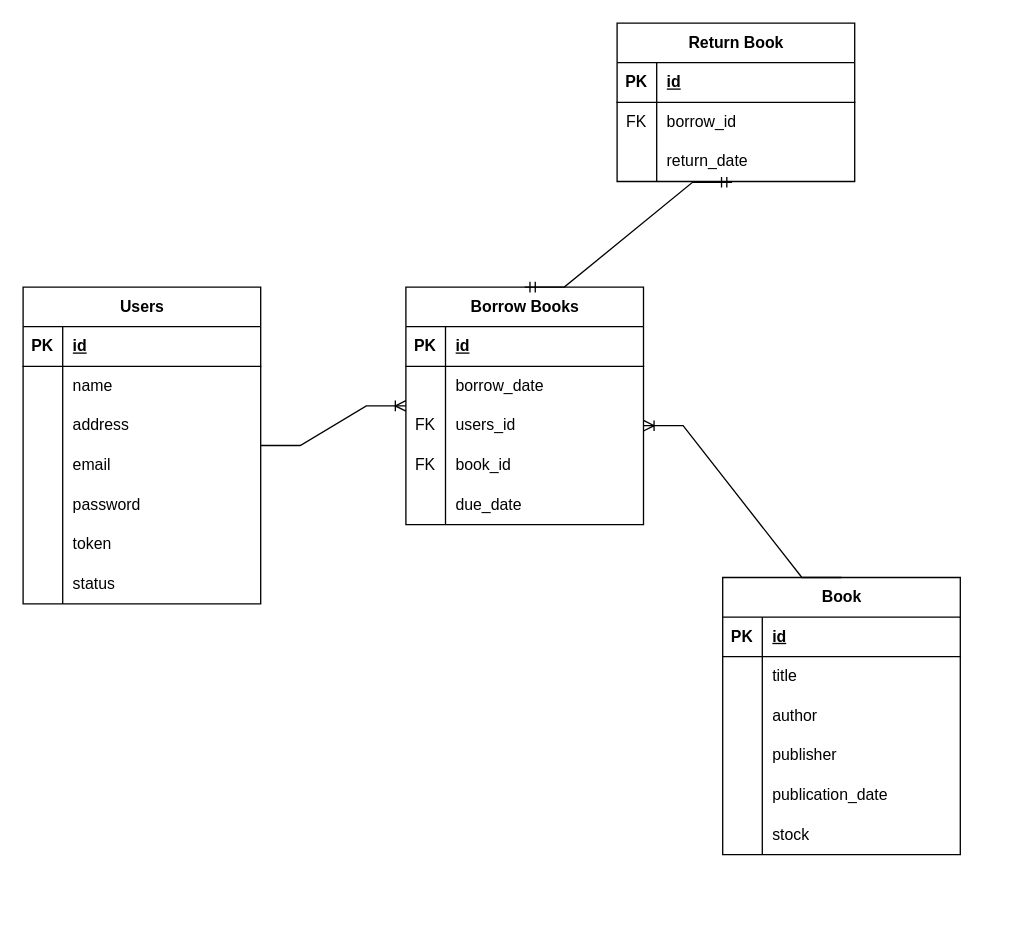
This is page "Entity" (1 of 3) of Diagram Tanpa Judul.drawio from Syaal/library, a draw.io file, before an edit. Source tidied: cells renumbered, new cells numbered last; positions are measured from the earlier drawing's top-left corner, leaving out a move shared by most shapes. Both pictures are drawn from the tidied source at 132%, with x=0, y=0 at pixel (22, 22).
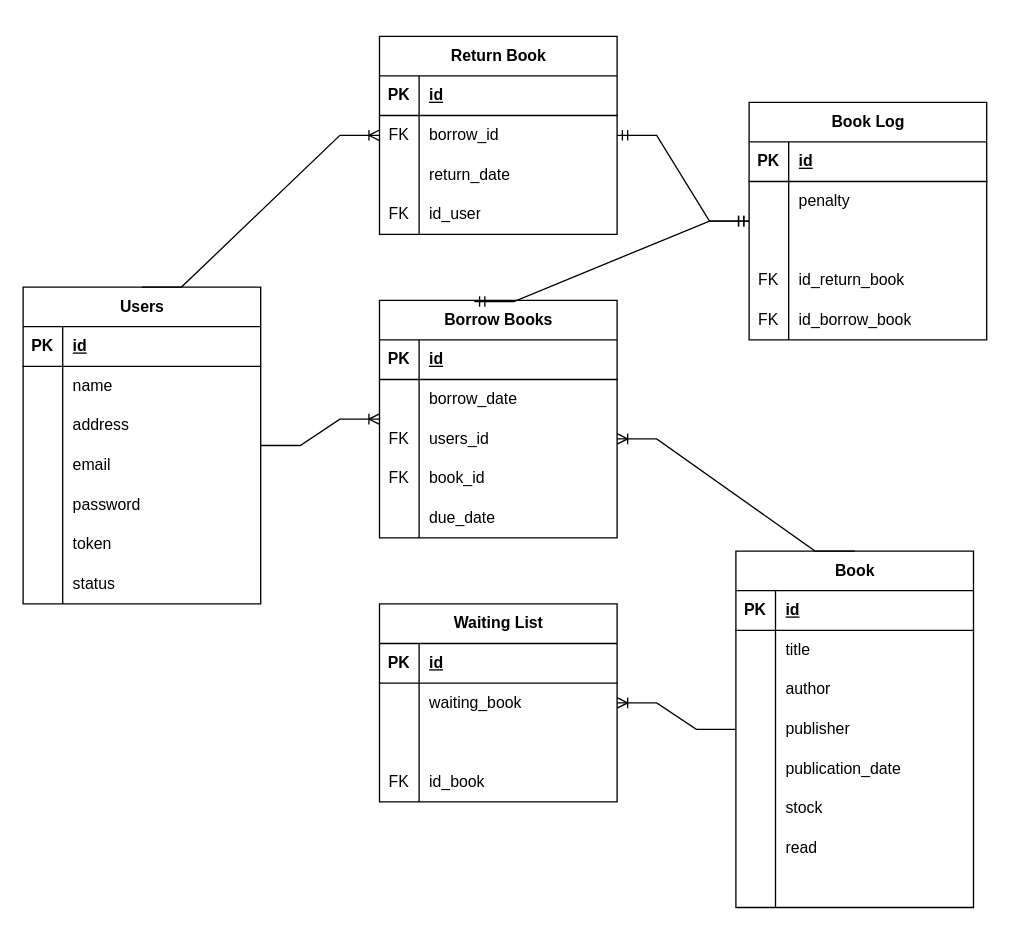
After the change.

The change refers to these unchanged cells:
```xml
<mxCell id="21" value="Users" style="shape=table;startSize=30;childLayout=tableLayout;rowLines=0;fontStyle=1;align=center;html=1;" parent="1" vertex="1">
  <mxGeometry y="200" width="180" height="240" as="geometry" />
</mxCell>
<mxCell id="69" style="shape=tableRow;horizontal=0;startSize=0;swimlaneHead=0;swimlaneBody=0;fillColor=none;points=[[0,0.5],[1,0.5]];portConstraint=eastwest;top=0;left=0;right=0;bottom=0;" parent="62" vertex="1">
  <mxGeometry y="90" width="180" height="30" as="geometry" />
</mxCell>
```

Change to the diagram source:
```diff
@@
     <mxCell id="2" value="Book" style="shape=table;startSize=30;childLayout=tableLayout;rowLines=0;fontStyle=1;align=center;html=1;" parent="1" vertex="1">
-      <mxGeometry x="530" y="420" width="180" height="210" as="geometry" />
+      <mxGeometry x="540" y="400" width="180" height="270" as="geometry" />
     </mxCell>
@@
+    <mxCell id="72" style="shape=tableRow;horizontal=0;startSize=0;swimlaneHead=0;swimlaneBody=0;fillColor=none;top=0;left=0;right=0;bottom=0;" parent="2" vertex="1">
+      <mxGeometry y="210" width="180" height="30" as="geometry" />
+    </mxCell>
+    <mxCell id="73" style="shape=partialRectangle;fillColor=none;top=0;left=0;bottom=0;right=0;overflow=hidden;whiteSpace=wrap;html=1;" parent="72" vertex="1">
+      <mxGeometry width="30" height="30" as="geometry" />
+    </mxCell>
+    <mxCell id="74" value="read" style="shape=partialRectangle;fillColor=none;top=0;left=0;bottom=0;right=0;align=left;spacingLeft=6;overflow=hidden;whiteSpace=wrap;html=1;" parent="72" vertex="1">
+      <mxGeometry x="30" width="150" height="30" as="geometry" />
+    </mxCell>
+    <mxCell id="75" style="shape=tableRow;horizontal=0;startSize=0;swimlaneHead=0;swimlaneBody=0;fillColor=none;top=0;left=0;right=0;bottom=0;" parent="2" vertex="1">
+      <mxGeometry y="240" width="180" height="30" as="geometry" />
+    </mxCell>
+    <mxCell id="76" style="shape=partialRectangle;fillColor=none;top=0;left=0;bottom=0;right=0;overflow=hidden;whiteSpace=wrap;html=1;" parent="75" vertex="1">
+      <mxGeometry width="30" height="30" as="geometry" />
+    </mxCell>
+    <mxCell id="77" style="shape=partialRectangle;fillColor=none;top=0;left=0;bottom=0;right=0;align=left;spacingLeft=6;overflow=hidden;whiteSpace=wrap;html=1;" parent="75" vertex="1">
+      <mxGeometry x="30" width="150" height="30" as="geometry" />
+    </mxCell>
@@
     <mxCell id="43" value="Borrow Books" style="shape=table;startSize=30;childLayout=tableLayout;rowLines=0;fontStyle=1;align=center;html=1;" parent="1" vertex="1">
-      <mxGeometry x="290" y="200" width="180" height="180" as="geometry" />
+      <mxGeometry x="270" y="210" width="180" height="180" as="geometry" />
     </mxCell>
@@
-    <mxCell id="61" style="edgeStyle=entityRelationEdgeStyle;fontSize=12;html=1;endArrow=ERmandOne;startArrow=ERmandOne;rounded=0;entryX=0.5;entryY=0;entryDx=0;entryDy=0;exitX=0.484;exitY=1.02;exitDx=0;exitDy=0;exitPerimeter=0;" parent="1" edge="1" source="69" target="43">
-      <mxGeometry relative="1" as="geometry">
-        <Array as="points">
-          <mxPoint x="349" y="600" />
-          <mxPoint x="449" y="630" />
-          <mxPoint x="369" y="480" />
-          <mxPoint x="419" y="550" />
-        </Array>
-      </mxGeometry>
-    </mxCell>
     <mxCell id="62" value="Return Book" style="shape=table;startSize=30;childLayout=tableLayout;rowLines=0;fontStyle=1;align=center;html=1;" parent="1" vertex="1">
-      <mxGeometry x="450" width="180" height="120" as="geometry" />
+      <mxGeometry x="270" y="10" width="180" height="150" as="geometry" />
     </mxCell>
@@
+    <mxCell id="78" style="shape=tableRow;horizontal=0;startSize=0;swimlaneHead=0;swimlaneBody=0;fillColor=none;top=0;left=0;right=0;bottom=0;" parent="62" vertex="1">
+      <mxGeometry y="120" width="180" height="30" as="geometry" />
+    </mxCell>
+    <mxCell id="79" value="FK" style="shape=partialRectangle;fillColor=none;top=0;left=0;bottom=0;right=0;overflow=hidden;whiteSpace=wrap;html=1;" parent="78" vertex="1">
+      <mxGeometry width="30" height="30" as="geometry" />
+    </mxCell>
+    <mxCell id="80" value="id_user" style="shape=partialRectangle;fillColor=none;top=0;left=0;bottom=0;right=0;align=left;spacingLeft=6;overflow=hidden;whiteSpace=wrap;html=1;" parent="78" vertex="1">
+      <mxGeometry x="30" width="150" height="30" as="geometry" />
+    </mxCell>
+    <mxCell id="81" value="Book Log" style="shape=table;startSize=30;childLayout=tableLayout;rowLines=0;fontStyle=1;align=center;html=1;" parent="1" vertex="1">
+      <mxGeometry x="550" y="60" width="180" height="180" as="geometry" />
+    </mxCell>
+    <mxCell id="82" style="shape=tableRow;horizontal=0;startSize=0;swimlaneHead=0;swimlaneBody=0;fillColor=none;top=0;left=0;right=0;bottom=1;" parent="81" vertex="1">
+      <mxGeometry y="30" width="180" height="30" as="geometry" />
+    </mxCell>
+    <mxCell id="83" value="PK" style="shape=partialRectangle;fillColor=none;top=0;left=0;bottom=0;right=0;fontStyle=1;overflow=hidden;whiteSpace=wrap;html=1;" parent="82" vertex="1">
+      <mxGeometry width="30" height="30" as="geometry" />
+    </mxCell>
+    <mxCell id="84" value="id" style="shape=partialRectangle;fillColor=none;top=0;left=0;bottom=0;right=0;align=left;spacingLeft=6;fontStyle=5;overflow=hidden;whiteSpace=wrap;html=1;" parent="82" vertex="1">
+      <mxGeometry x="30" width="150" height="30" as="geometry" />
+    </mxCell>
+    <mxCell id="85" style="shape=tableRow;horizontal=0;startSize=0;swimlaneHead=0;swimlaneBody=0;fillColor=none;top=0;left=0;right=0;bottom=0;" parent="81" vertex="1">
+      <mxGeometry y="60" width="180" height="30" as="geometry" />
+    </mxCell>
+    <mxCell id="86" style="shape=partialRectangle;fillColor=none;top=0;left=0;bottom=0;right=0;overflow=hidden;whiteSpace=wrap;html=1;" parent="85" vertex="1">
+      <mxGeometry width="30" height="30" as="geometry" />
+    </mxCell>
+    <mxCell id="87" value="penalty" style="shape=partialRectangle;fillColor=none;top=0;left=0;bottom=0;right=0;align=left;spacingLeft=6;overflow=hidden;whiteSpace=wrap;html=1;" parent="85" vertex="1">
+      <mxGeometry x="30" width="150" height="30" as="geometry" />
+    </mxCell>
+    <mxCell id="88" style="shape=tableRow;horizontal=0;startSize=0;swimlaneHead=0;swimlaneBody=0;fillColor=none;top=0;left=0;right=0;bottom=0;" parent="81" vertex="1">
+      <mxGeometry y="90" width="180" height="30" as="geometry" />
+    </mxCell>
+    <mxCell id="89" style="shape=partialRectangle;fillColor=none;top=0;left=0;bottom=0;right=0;overflow=hidden;whiteSpace=wrap;html=1;" parent="88" vertex="1">
+      <mxGeometry width="30" height="30" as="geometry" />
+    </mxCell>
+    <mxCell id="90" style="shape=partialRectangle;fillColor=none;top=0;left=0;bottom=0;right=0;align=left;spacingLeft=6;overflow=hidden;whiteSpace=wrap;html=1;" parent="88" vertex="1">
+      <mxGeometry x="30" width="150" height="30" as="geometry" />
+    </mxCell>
+    <mxCell id="91" style="shape=tableRow;horizontal=0;startSize=0;swimlaneHead=0;swimlaneBody=0;fillColor=none;top=0;left=0;right=0;bottom=0;" parent="81" vertex="1">
+      <mxGeometry y="120" width="180" height="30" as="geometry" />
+    </mxCell>
+    <mxCell id="92" value="FK" style="shape=partialRectangle;fillColor=none;top=0;left=0;bottom=0;right=0;overflow=hidden;whiteSpace=wrap;html=1;" parent="91" vertex="1">
+      <mxGeometry width="30" height="30" as="geometry" />
+    </mxCell>
+    <mxCell id="93" value="id_return_book" style="shape=partialRectangle;fillColor=none;top=0;left=0;bottom=0;right=0;align=left;spacingLeft=6;overflow=hidden;whiteSpace=wrap;html=1;" parent="91" vertex="1">
+      <mxGeometry x="30" width="150" height="30" as="geometry" />
+    </mxCell>
+    <mxCell id="94" style="shape=tableRow;horizontal=0;startSize=0;swimlaneHead=0;swimlaneBody=0;fillColor=none;top=0;left=0;right=0;bottom=0;" parent="81" vertex="1">
+      <mxGeometry y="150" width="180" height="30" as="geometry" />
+    </mxCell>
+    <mxCell id="95" value="FK" style="shape=partialRectangle;fillColor=none;top=0;left=0;bottom=0;right=0;overflow=hidden;whiteSpace=wrap;html=1;" parent="94" vertex="1">
+      <mxGeometry width="30" height="30" as="geometry" />
+    </mxCell>
+    <mxCell id="96" value="id_borrow_book" style="shape=partialRectangle;fillColor=none;top=0;left=0;bottom=0;right=0;align=left;spacingLeft=6;overflow=hidden;whiteSpace=wrap;html=1;" parent="94" vertex="1">
+      <mxGeometry x="30" width="150" height="30" as="geometry" />
+    </mxCell>
+    <mxCell id="97" style="edgeStyle=entityRelationEdgeStyle;fontSize=12;html=1;endArrow=ERmandOne;startArrow=ERmandOne;rounded=0;" parent="1" edge="1" source="62" target="81">
+      <mxGeometry relative="1" as="geometry" />
+    </mxCell>
+    <mxCell id="98" style="edgeStyle=entityRelationEdgeStyle;fontSize=12;html=1;endArrow=ERmandOne;startArrow=ERmandOne;rounded=0;exitX=0.399;exitY=0.005;exitDx=0;exitDy=0;exitPerimeter=0;" parent="1" edge="1" source="43" target="81">
+      <mxGeometry relative="1" as="geometry" />
+    </mxCell>
+    <mxCell id="99" style="edgeStyle=entityRelationEdgeStyle;fontSize=12;html=1;endArrow=ERoneToMany;rounded=0;exitX=0.5;exitY=0;exitDx=0;exitDy=0;" parent="1" edge="1" source="21" target="62">
+      <mxGeometry relative="1" as="geometry" />
+    </mxCell>
+    <mxCell id="100" value="Waiting List" style="shape=table;startSize=30;childLayout=tableLayout;rowLines=0;fontStyle=1;align=center;html=1;" parent="1" vertex="1">
+      <mxGeometry x="270" y="440" width="180" height="150" as="geometry" />
+    </mxCell>
+    <mxCell id="101" style="shape=tableRow;horizontal=0;startSize=0;swimlaneHead=0;swimlaneBody=0;fillColor=none;top=0;left=0;right=0;bottom=1;" parent="100" vertex="1">
+      <mxGeometry y="30" width="180" height="30" as="geometry" />
+    </mxCell>
+    <mxCell id="102" value="PK" style="shape=partialRectangle;fillColor=none;top=0;left=0;bottom=0;right=0;fontStyle=1;overflow=hidden;whiteSpace=wrap;html=1;" parent="101" vertex="1">
+      <mxGeometry width="30" height="30" as="geometry" />
+    </mxCell>
+    <mxCell id="103" value="id" style="shape=partialRectangle;fillColor=none;top=0;left=0;bottom=0;right=0;align=left;spacingLeft=6;fontStyle=5;overflow=hidden;whiteSpace=wrap;html=1;" parent="101" vertex="1">
+      <mxGeometry x="30" width="150" height="30" as="geometry" />
+    </mxCell>
+    <mxCell id="104" style="shape=tableRow;horizontal=0;startSize=0;swimlaneHead=0;swimlaneBody=0;fillColor=none;points=[[0,0.5],[1,0.5]];portConstraint=eastwest;top=0;left=0;right=0;bottom=0;" parent="100" vertex="1">
+      <mxGeometry y="60" width="180" height="30" as="geometry" />
+    </mxCell>
+    <mxCell id="105" style="shape=partialRectangle;fillColor=none;top=0;left=0;bottom=0;right=0;overflow=hidden;whiteSpace=wrap;html=1;" parent="104" vertex="1">
+      <mxGeometry width="30" height="30" as="geometry" />
+    </mxCell>
+    <mxCell id="106" value="waiting_book" style="shape=partialRectangle;fillColor=none;top=0;left=0;bottom=0;right=0;align=left;spacingLeft=6;overflow=hidden;whiteSpace=wrap;html=1;" parent="104" vertex="1">
+      <mxGeometry x="30" width="150" height="30" as="geometry" />
+    </mxCell>
+    <mxCell id="107" style="shape=tableRow;horizontal=0;startSize=0;swimlaneHead=0;swimlaneBody=0;fillColor=none;top=0;left=0;right=0;bottom=0;" parent="100" vertex="1">
+      <mxGeometry y="90" width="180" height="30" as="geometry" />
+    </mxCell>
+    <mxCell id="108" style="shape=partialRectangle;fillColor=none;top=0;left=0;bottom=0;right=0;overflow=hidden;whiteSpace=wrap;html=1;" parent="107" vertex="1">
+      <mxGeometry width="30" height="30" as="geometry" />
+    </mxCell>
+    <mxCell id="109" style="shape=partialRectangle;fillColor=none;top=0;left=0;bottom=0;right=0;align=left;spacingLeft=6;overflow=hidden;whiteSpace=wrap;html=1;" parent="107" vertex="1">
+      <mxGeometry x="30" width="150" height="30" as="geometry" />
+    </mxCell>
+    <mxCell id="110" style="shape=tableRow;horizontal=0;startSize=0;swimlaneHead=0;swimlaneBody=0;fillColor=none;top=0;left=0;right=0;bottom=0;" parent="100" vertex="1">
+      <mxGeometry y="120" width="180" height="30" as="geometry" />
+    </mxCell>
+    <mxCell id="111" value="FK" style="shape=partialRectangle;fillColor=none;top=0;left=0;bottom=0;right=0;overflow=hidden;whiteSpace=wrap;html=1;" parent="110" vertex="1">
+      <mxGeometry width="30" height="30" as="geometry" />
+    </mxCell>
+    <mxCell id="112" value="id_book" style="shape=partialRectangle;fillColor=none;top=0;left=0;bottom=0;right=0;align=left;spacingLeft=6;overflow=hidden;whiteSpace=wrap;html=1;" parent="110" vertex="1">
+      <mxGeometry x="30" width="150" height="30" as="geometry" />
+    </mxCell>
+    <mxCell id="113" style="edgeStyle=entityRelationEdgeStyle;fontSize=12;html=1;endArrow=ERoneToMany;rounded=0;entryX=1;entryY=0.5;entryDx=0;entryDy=0;" parent="1" edge="1" source="2" target="104">
+      <mxGeometry relative="1" as="geometry" />
+    </mxCell>
```
